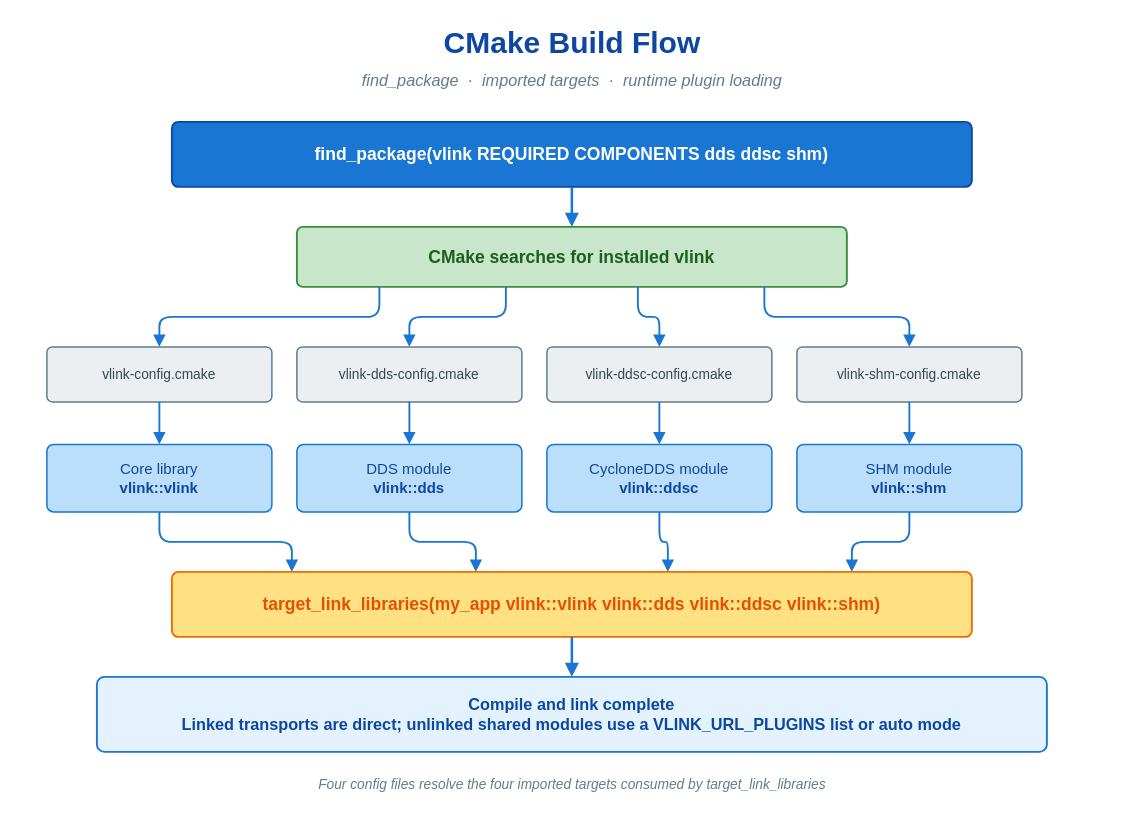
Earlier version of the draw.io diagram doc/images/cmake-build-flow.drawio (thun-res/vlink). Source tidied: cells renumbered, new cells numbered last; positions are measured from the earlier drawing's top-left corner, leaving out a move shared by most shapes. Both pictures are drawn from the tidied source at 125%, with x=0, y=0 at pixel (21, 21).
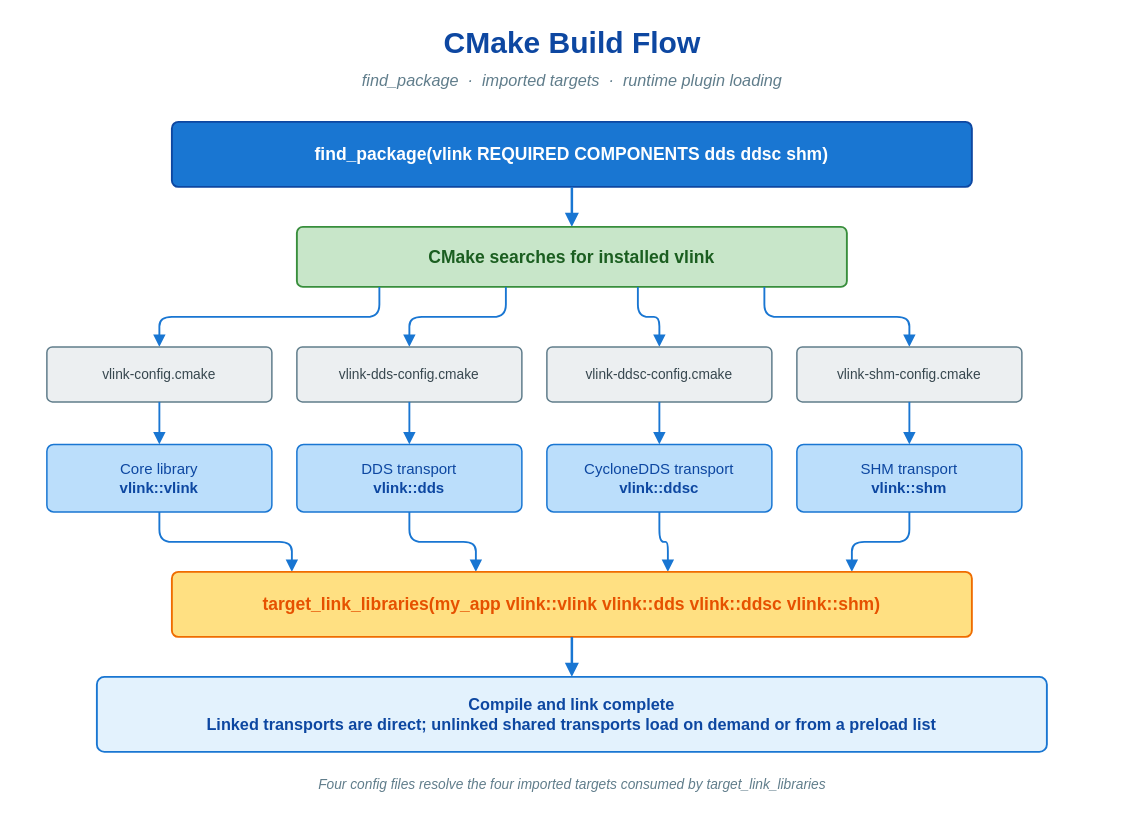
Above is the later version.

What changed in the source:
```diff
@@
-    <mxCell id="20" value="DDS module&#10;&lt;b&gt;vlink::dds&lt;/b&gt;" style="rounded=1;whiteSpace=wrap;html=1;fillColor=#bbdefb;strokeColor=#1976d2;strokeWidth=1.2;fontFamily=Helvetica;fontSize=12;fontColor=#0d47a1;align=center;shadow=0;arcSize=10;" parent="1" vertex="1">
+    <mxCell id="20" value="DDS transport&#10;&lt;b&gt;vlink::dds&lt;/b&gt;" style="rounded=1;whiteSpace=wrap;html=1;fillColor=#bbdefb;strokeColor=#1976d2;strokeWidth=1.2;fontFamily=Helvetica;fontSize=12;fontColor=#0d47a1;align=center;shadow=0;arcSize=10;" parent="1" vertex="1">
       <mxGeometry x="220" y="338" width="180" height="54" as="geometry" />
     </mxCell>
-    <mxCell id="21" value="CycloneDDS module&#10;&lt;b&gt;vlink::ddsc&lt;/b&gt;" style="rounded=1;whiteSpace=wrap;html=1;fillColor=#bbdefb;strokeColor=#1976d2;strokeWidth=1.2;fontFamily=Helvetica;fontSize=12;fontColor=#0d47a1;align=center;shadow=0;arcSize=10;" parent="1" vertex="1">
+    <mxCell id="21" value="CycloneDDS transport&#10;&lt;b&gt;vlink::ddsc&lt;/b&gt;" style="rounded=1;whiteSpace=wrap;html=1;fillColor=#bbdefb;strokeColor=#1976d2;strokeWidth=1.2;fontFamily=Helvetica;fontSize=12;fontColor=#0d47a1;align=center;shadow=0;arcSize=10;" parent="1" vertex="1">
       <mxGeometry x="420" y="338" width="180" height="54" as="geometry" />
     </mxCell>
-    <mxCell id="22" value="SHM module&#10;&lt;b&gt;vlink::shm&lt;/b&gt;" style="rounded=1;whiteSpace=wrap;html=1;fillColor=#bbdefb;strokeColor=#1976d2;strokeWidth=1.2;fontFamily=Helvetica;fontSize=12;fontColor=#0d47a1;align=center;shadow=0;arcSize=10;" parent="1" vertex="1">
+    <mxCell id="22" value="SHM transport&#10;&lt;b&gt;vlink::shm&lt;/b&gt;" style="rounded=1;whiteSpace=wrap;html=1;fillColor=#bbdefb;strokeColor=#1976d2;strokeWidth=1.2;fontFamily=Helvetica;fontSize=12;fontColor=#0d47a1;align=center;shadow=0;arcSize=10;" parent="1" vertex="1">
       <mxGeometry x="620" y="338" width="180" height="54" as="geometry" />
     </mxCell>
@@
-    <mxCell id="29" value="Compile and link complete&#10;Linked transports are direct; unlinked shared modules use a VLINK_URL_PLUGINS list or auto mode" style="rounded=1;whiteSpace=wrap;html=1;fillColor=#e3f2fd;strokeColor=#1976d2;strokeWidth=1.5;fontFamily=Helvetica;fontSize=13;fontStyle=1;fontColor=#0d47a1;shadow=0;arcSize=10;" parent="1" vertex="1">
+    <mxCell id="29" value="Compile and link complete&#10;Linked transports are direct; unlinked shared transports load on demand or from a preload list" style="rounded=1;whiteSpace=wrap;html=1;fillColor=#e3f2fd;strokeColor=#1976d2;strokeWidth=1.5;fontFamily=Helvetica;fontSize=13;fontStyle=1;fontColor=#0d47a1;shadow=0;arcSize=10;" parent="1" vertex="1">
       <mxGeometry x="60" y="524" width="760" height="60" as="geometry" />
     </mxCell>
```
